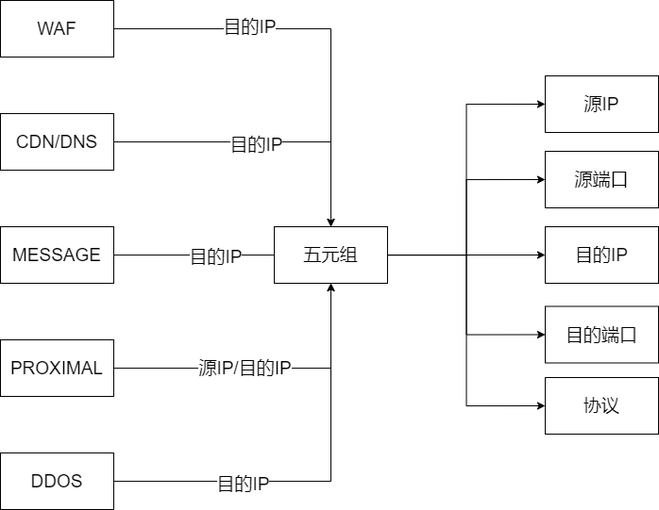
Above: emer_action.png in scdays/asset (draw.io), before the change. Source tidied: cells renumbered, new cells last; positions are measured from the earlier drawing's top-left corner, leaving out a move shared by most shapes.
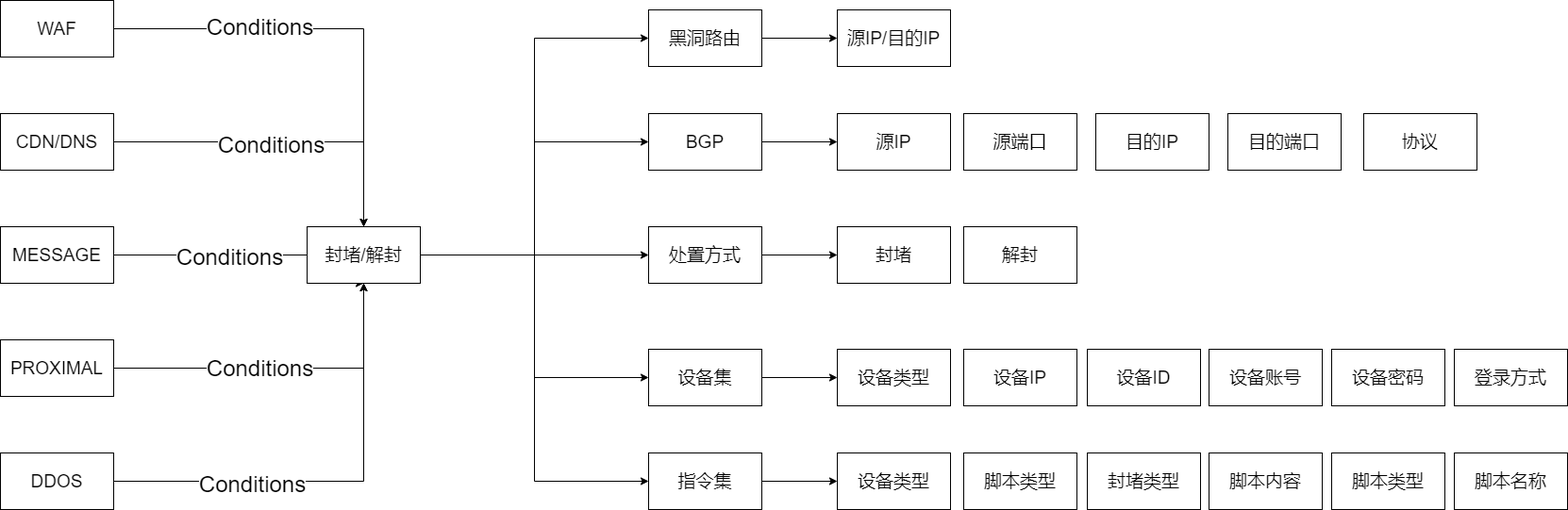
Above is the later version.

What changed in the source:
```diff
@@ -5,7 +5,7 @@
     <mxCell id="2" style="edgeStyle=orthogonalEdgeStyle;rounded=0;jettySize=auto;html=1;fontSize=19;" parent="1" edge="1" source="4" target="22">
       <mxGeometry relative="1" as="geometry" />
     </mxCell>
-    <mxCell id="3" value="目的IP" style="edgeLabel;html=1;align=center;verticalAlign=middle;fontSize=19;" parent="2" vertex="1">
+    <mxCell id="3" value="Conditions" style="edgeLabel;html=1;align=center;verticalAlign=middle;fontSize=24;" parent="2" vertex="1">
       <mxGeometry x="-0.35" y="3" relative="1" as="geometry" />
     </mxCell>
     <mxCell id="4" value="WAF" style="rounded=0;whiteSpace=wrap;html=1;fontSize=19;" parent="1" vertex="1">
@@ -14,7 +14,7 @@
     <mxCell id="5" style="edgeStyle=orthogonalEdgeStyle;rounded=0;jettySize=auto;html=1;entryX=0.5;entryY=0;entryDx=0;entryDy=0;fontSize=19;" parent="1" edge="1" source="7" target="22">
       <mxGeometry relative="1" as="geometry" />
     </mxCell>
-    <mxCell id="6" value="目的IP" style="edgeLabel;html=1;align=center;verticalAlign=middle;fontSize=19;" parent="5" vertex="1">
+    <mxCell id="6" value="&lt;span style=&quot;font-size: 24px&quot;&gt;Conditions&lt;/span&gt;" style="edgeLabel;html=1;align=center;verticalAlign=middle;fontSize=19;" parent="5" vertex="1">
       <mxGeometry x="-0.06" y="-2" relative="1" as="geometry" />
     </mxCell>
     <mxCell id="7" value="CDN/DNS" style="rounded=0;whiteSpace=wrap;html=1;fontSize=19;" parent="1" vertex="1">
@@ -27,7 +27,7 @@
         </Array>
       </mxGeometry>
     </mxCell>
-    <mxCell id="9" value="目的IP" style="edgeLabel;html=1;align=center;verticalAlign=middle;fontSize=19;" parent="8" vertex="1">
+    <mxCell id="9" value="&lt;span style=&quot;font-size: 24px&quot;&gt;Conditions&lt;/span&gt;" style="edgeLabel;html=1;align=center;verticalAlign=middle;fontSize=19;" parent="8" vertex="1">
       <mxGeometry x="-0.18" y="-1" relative="1" as="geometry" />
     </mxCell>
     <mxCell id="10" value="MESSAGE" style="rounded=0;whiteSpace=wrap;html=1;fontSize=19;" parent="1" vertex="1">
@@ -36,7 +36,7 @@
     <mxCell id="11" style="edgeStyle=orthogonalEdgeStyle;rounded=0;jettySize=auto;html=1;entryX=0.5;entryY=1;entryDx=0;entryDy=0;fontSize=19;" parent="1" edge="1" source="13" target="22">
       <mxGeometry relative="1" as="geometry" />
     </mxCell>
-    <mxCell id="12" value="源IP/目的IP" style="edgeLabel;html=1;align=center;verticalAlign=middle;fontSize=19;" parent="11" vertex="1">
+    <mxCell id="12" value="&lt;span style=&quot;font-size: 24px&quot;&gt;Conditions&lt;/span&gt;" style="edgeLabel;html=1;align=center;verticalAlign=middle;fontSize=19;" parent="11" vertex="1">
       <mxGeometry x="-0.13" y="1" relative="1" as="geometry" />
     </mxCell>
     <mxCell id="13" value="PROXIMAL" style="rounded=0;whiteSpace=wrap;html=1;fontSize=19;" parent="1" vertex="1">
@@ -45,44 +45,119 @@
     <mxCell id="14" style="edgeStyle=orthogonalEdgeStyle;rounded=0;jettySize=auto;html=1;entryX=0.5;entryY=1;entryDx=0;entryDy=0;fontSize=19;" parent="1" edge="1" source="16" target="22">
       <mxGeometry relative="1" as="geometry" />
     </mxCell>
-    <mxCell id="15" value="目的IP" style="edgeLabel;html=1;align=center;verticalAlign=middle;fontSize=19;" parent="14" vertex="1">
+    <mxCell id="15" value="&lt;span style=&quot;font-size: 24px&quot;&gt;Conditions&lt;/span&gt;" style="edgeLabel;html=1;align=center;verticalAlign=middle;fontSize=19;" parent="14" vertex="1">
       <mxGeometry x="-0.38" y="-2" relative="1" as="geometry" />
     </mxCell>
     <mxCell id="16" value="DDOS" style="rounded=0;whiteSpace=wrap;html=1;fontSize=19;" parent="1" vertex="1">
       <mxGeometry y="480" width="120" height="60" as="geometry" />
     </mxCell>
-    <mxCell id="17" style="edgeStyle=orthogonalEdgeStyle;rounded=0;jettySize=auto;html=1;entryX=0;entryY=0.5;entryDx=0;entryDy=0;fontSize=19;" parent="1" edge="1" source="22" target="24">
-      <mxGeometry relative="1" as="geometry" />
-    </mxCell>
-    <mxCell id="18" style="edgeStyle=orthogonalEdgeStyle;rounded=0;jettySize=auto;html=1;entryX=0;entryY=0.5;entryDx=0;entryDy=0;fontSize=19;" parent="1" edge="1" source="22" target="23">
-      <mxGeometry relative="1" as="geometry" />
-    </mxCell>
-    <mxCell id="19" style="edgeStyle=orthogonalEdgeStyle;rounded=0;jettySize=auto;html=1;entryX=0;entryY=0.5;entryDx=0;entryDy=0;fontSize=19;" parent="1" edge="1" source="22" target="25">
-      <mxGeometry relative="1" as="geometry" />
-    </mxCell>
-    <mxCell id="20" style="edgeStyle=orthogonalEdgeStyle;rounded=0;jettySize=auto;html=1;entryX=0;entryY=0.5;entryDx=0;entryDy=0;fontSize=19;" parent="1" edge="1" source="22" target="26">
-      <mxGeometry relative="1" as="geometry" />
-    </mxCell>
-    <mxCell id="21" style="edgeStyle=orthogonalEdgeStyle;rounded=0;jettySize=auto;html=1;entryX=0;entryY=0.5;entryDx=0;entryDy=0;fontSize=19;" parent="1" edge="1" source="22" target="27">
-      <mxGeometry relative="1" as="geometry" />
-    </mxCell>
+    <mxCell id="28" style="edgeStyle=orthogonalEdgeStyle;rounded=0;jettySize=auto;html=1;entryX=0;entryY=0.5;entryDx=0;entryDy=0;exitX=1;exitY=0.5;exitDx=0;exitDy=0;" parent="1" edge="1" source="22" target="34">
+      <mxGeometry relative="1" as="geometry" />
+    </mxCell>
+    <mxCell id="29" style="edgeStyle=orthogonalEdgeStyle;rounded=0;jettySize=auto;html=1;entryX=0;entryY=0.5;entryDx=0;entryDy=0;exitX=1;exitY=0.5;exitDx=0;exitDy=0;" parent="1" edge="1" source="22" target="36">
+      <mxGeometry relative="1" as="geometry" />
+    </mxCell>
+    <mxCell id="30" style="edgeStyle=orthogonalEdgeStyle;rounded=0;jettySize=auto;html=1;entryX=0;entryY=0.5;entryDx=0;entryDy=0;fontSize=24;" parent="1" edge="1" source="22" target="39">
+      <mxGeometry relative="1" as="geometry" />
+    </mxCell>
+    <mxCell id="31" style="edgeStyle=orthogonalEdgeStyle;rounded=0;jettySize=auto;html=1;entryX=0;entryY=0.5;entryDx=0;entryDy=0;fontSize=24;" parent="1" edge="1" source="22" target="47">
+      <mxGeometry relative="1" as="geometry" />
+    </mxCell>
+    <mxCell id="32" style="edgeStyle=orthogonalEdgeStyle;rounded=0;jettySize=auto;html=1;entryX=0;entryY=0.5;entryDx=0;entryDy=0;fontSize=24;" parent="1" edge="1" source="22" target="55">
+      <mxGeometry relative="1" as="geometry" />
+    </mxCell>
-    <mxCell id="22" value="五元组" style="rounded=0;whiteSpace=wrap;html=1;fontSize=19;" parent="1" vertex="1">
-      <mxGeometry x="290" y="240" width="120" height="60" as="geometry" />
+    <mxCell id="22" value="封堵/解封" style="rounded=0;whiteSpace=wrap;html=1;fontSize=19;" parent="1" vertex="1">
+      <mxGeometry x="325" y="240" width="120" height="60" as="geometry" />
     </mxCell>
     <mxCell id="23" value="源端口" style="rounded=0;whiteSpace=wrap;html=1;fontSize=19;" parent="1" vertex="1">
-      <mxGeometry x="577" y="160" width="120" height="60" as="geometry" />
+      <mxGeometry x="1021" y="120" width="120" height="60" as="geometry" />
     </mxCell>
     <mxCell id="24" value="源IP" style="rounded=0;whiteSpace=wrap;html=1;fontSize=19;" parent="1" vertex="1">
-      <mxGeometry x="577" y="80" width="120" height="60" as="geometry" />
+      <mxGeometry x="887" y="120" width="120" height="60" as="geometry" />
     </mxCell>
     <mxCell id="25" value="目的IP" style="rounded=0;whiteSpace=wrap;html=1;fontSize=19;" parent="1" vertex="1">
-      <mxGeometry x="577" y="240" width="120" height="60" as="geometry" />
+      <mxGeometry x="1161" y="120" width="120" height="60" as="geometry" />
     </mxCell>
     <mxCell id="26" value="目的端口" style="rounded=0;whiteSpace=wrap;html=1;fontSize=19;" parent="1" vertex="1">
-      <mxGeometry x="577" y="324.5" width="120" height="60" as="geometry" />
+      <mxGeometry x="1301" y="120" width="120" height="60" as="geometry" />
     </mxCell>
     <mxCell id="27" value="协议" style="rounded=0;whiteSpace=wrap;html=1;fontSize=19;" parent="1" vertex="1">
-      <mxGeometry x="577" y="400" width="120" height="60" as="geometry" />
+      <mxGeometry x="1445" y="120" width="120" height="60" as="geometry" />
     </mxCell>
+    <mxCell id="33" style="edgeStyle=orthogonalEdgeStyle;rounded=0;jettySize=auto;html=1;fontSize=24;" parent="1" edge="1" source="34" target="24">
+      <mxGeometry relative="1" as="geometry" />
+    </mxCell>
+    <mxCell id="34" value="BGP" style="rounded=0;whiteSpace=wrap;html=1;fontSize=19;" parent="1" vertex="1">
+      <mxGeometry x="687" y="120" width="120" height="60" as="geometry" />
+    </mxCell>
+    <mxCell id="35" style="edgeStyle=orthogonalEdgeStyle;rounded=0;jettySize=auto;html=1;" parent="1" edge="1" source="36" target="37">
+      <mxGeometry relative="1" as="geometry" />
+    </mxCell>
+    <mxCell id="36" value="黑洞路由" style="rounded=0;whiteSpace=wrap;html=1;fontSize=19;" parent="1" vertex="1">
+      <mxGeometry x="687" y="10" width="120" height="60" as="geometry" />
+    </mxCell>
+    <mxCell id="37" value="源IP/目的IP" style="rounded=0;whiteSpace=wrap;html=1;fontSize=19;" parent="1" vertex="1">
+      <mxGeometry x="887" y="10" width="120" height="60" as="geometry" />
+    </mxCell>
+    <mxCell id="38" style="edgeStyle=orthogonalEdgeStyle;rounded=0;jettySize=auto;html=1;fontSize=24;" parent="1" edge="1" source="39" target="40">
+      <mxGeometry relative="1" as="geometry" />
+    </mxCell>
+    <mxCell id="39" value="设备集" style="rounded=0;whiteSpace=wrap;html=1;fontSize=19;" parent="1" vertex="1">
+      <mxGeometry x="687" y="370" width="120" height="60" as="geometry" />
+    </mxCell>
+    <mxCell id="40" value="设备类型" style="rounded=0;whiteSpace=wrap;html=1;fontSize=19;" parent="1" vertex="1">
+      <mxGeometry x="887" y="370" width="120" height="60" as="geometry" />
+    </mxCell>
+    <mxCell id="41" value="设备IP" style="rounded=0;whiteSpace=wrap;html=1;fontSize=19;" parent="1" vertex="1">
+      <mxGeometry x="1021" y="370" width="120" height="60" as="geometry" />
+    </mxCell>
+    <mxCell id="42" value="设备ID" style="rounded=0;whiteSpace=wrap;html=1;fontSize=19;" parent="1" vertex="1">
+      <mxGeometry x="1152" y="370" width="120" height="60" as="geometry" />
+    </mxCell>
+    <mxCell id="43" value="设备账号" style="rounded=0;whiteSpace=wrap;html=1;fontSize=19;" parent="1" vertex="1">
+      <mxGeometry x="1281" y="370" width="120" height="60" as="geometry" />
+    </mxCell>
+    <mxCell id="44" value="设备密码" style="rounded=0;whiteSpace=wrap;html=1;fontSize=19;" parent="1" vertex="1">
+      <mxGeometry x="1411" y="370" width="120" height="60" as="geometry" />
+    </mxCell>
+    <mxCell id="45" value="登录方式" style="rounded=0;whiteSpace=wrap;html=1;fontSize=19;" parent="1" vertex="1">
+      <mxGeometry x="1541" y="370" width="120" height="60" as="geometry" />
+    </mxCell>
+    <mxCell id="46" style="edgeStyle=orthogonalEdgeStyle;rounded=0;jettySize=auto;html=1;fontSize=24;" parent="1" edge="1" source="47" target="48">
+      <mxGeometry relative="1" as="geometry" />
+    </mxCell>
+    <mxCell id="47" value="指令集" style="rounded=0;whiteSpace=wrap;html=1;fontSize=19;" parent="1" vertex="1">
+      <mxGeometry x="687" y="480" width="120" height="60" as="geometry" />
+    </mxCell>
+    <mxCell id="48" value="设备类型" style="rounded=0;whiteSpace=wrap;html=1;fontSize=19;" parent="1" vertex="1">
+      <mxGeometry x="887" y="480" width="120" height="60" as="geometry" />
+    </mxCell>
+    <mxCell id="49" value="脚本类型" style="rounded=0;whiteSpace=wrap;html=1;fontSize=19;" parent="1" vertex="1">
+      <mxGeometry x="1021" y="480" width="120" height="60" as="geometry" />
+    </mxCell>
+    <mxCell id="50" value="封堵类型" style="rounded=0;whiteSpace=wrap;html=1;fontSize=19;" parent="1" vertex="1">
+      <mxGeometry x="1152" y="480" width="120" height="60" as="geometry" />
+    </mxCell>
+    <mxCell id="51" value="脚本内容" style="rounded=0;whiteSpace=wrap;html=1;fontSize=19;" parent="1" vertex="1">
+      <mxGeometry x="1281" y="480" width="120" height="60" as="geometry" />
+    </mxCell>
+    <mxCell id="52" value="脚本类型" style="rounded=0;whiteSpace=wrap;html=1;fontSize=19;" parent="1" vertex="1">
+      <mxGeometry x="1411" y="480" width="120" height="60" as="geometry" />
+    </mxCell>
+    <mxCell id="53" value="脚本名称" style="rounded=0;whiteSpace=wrap;html=1;fontSize=19;" parent="1" vertex="1">
+      <mxGeometry x="1541" y="480" width="120" height="60" as="geometry" />
+    </mxCell>
+    <mxCell id="54" style="edgeStyle=orthogonalEdgeStyle;rounded=0;jettySize=auto;html=1;fontSize=24;" parent="1" edge="1" source="55" target="56">
+      <mxGeometry relative="1" as="geometry" />
+    </mxCell>
+    <mxCell id="55" value="处置方式" style="rounded=0;whiteSpace=wrap;html=1;fontSize=19;" parent="1" vertex="1">
+      <mxGeometry x="687" y="240" width="120" height="60" as="geometry" />
+    </mxCell>
+    <mxCell id="56" value="封堵" style="rounded=0;whiteSpace=wrap;html=1;fontSize=19;" parent="1" vertex="1">
+      <mxGeometry x="887" y="240" width="120" height="60" as="geometry" />
+    </mxCell>
+    <mxCell id="57" value="解封" style="rounded=0;whiteSpace=wrap;html=1;fontSize=19;" parent="1" vertex="1">
+      <mxGeometry x="1021" y="240" width="120" height="60" as="geometry" />
+    </mxCell>
   </root>
 </mxGraphModel>
```
